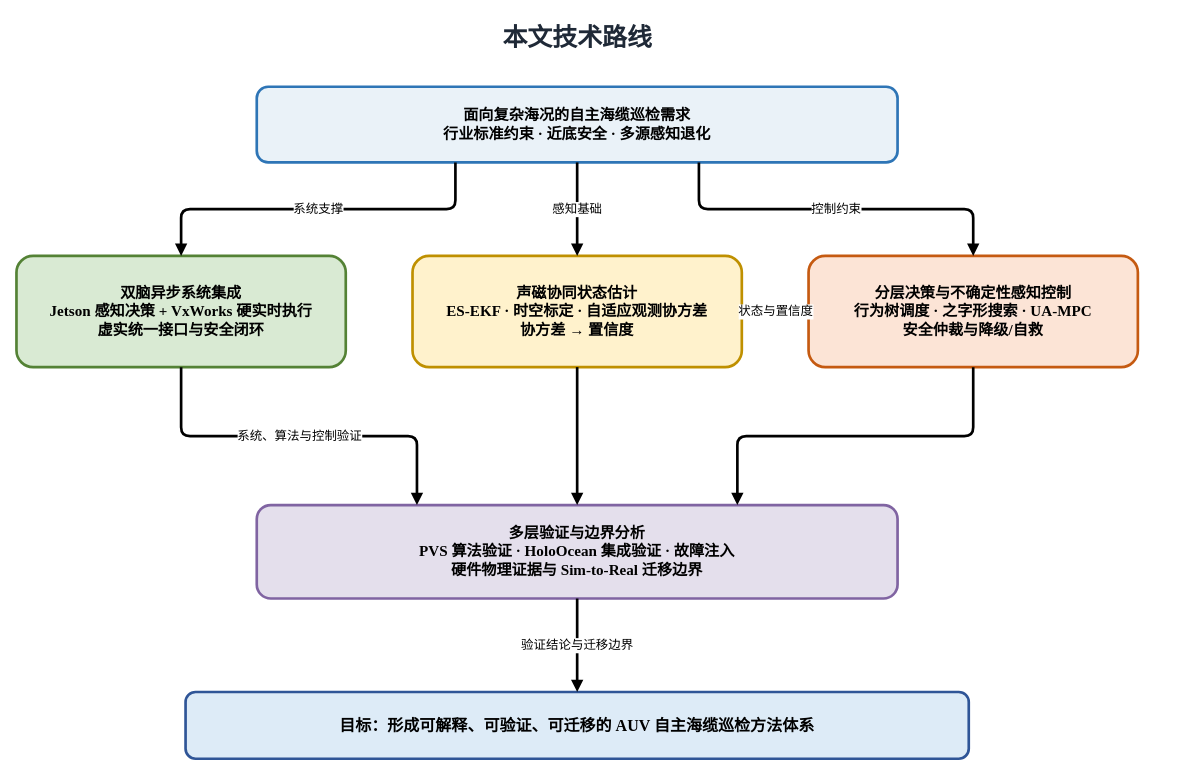
360ZMEM/AUV-Master-Project keeps this draw.io diagram as docs/thesis/figures/architecture/auv_thesis_technical_route.drawio. Above is the earlier version. Source tidied: cells renumbered, new cells numbered last; positions are measured from the earlier drawing's top-left corner, leaving out a move shared by most shapes. Both pictures are drawn from the tidied source at 89%, with x=0, y=0 at pixel (16, 15).
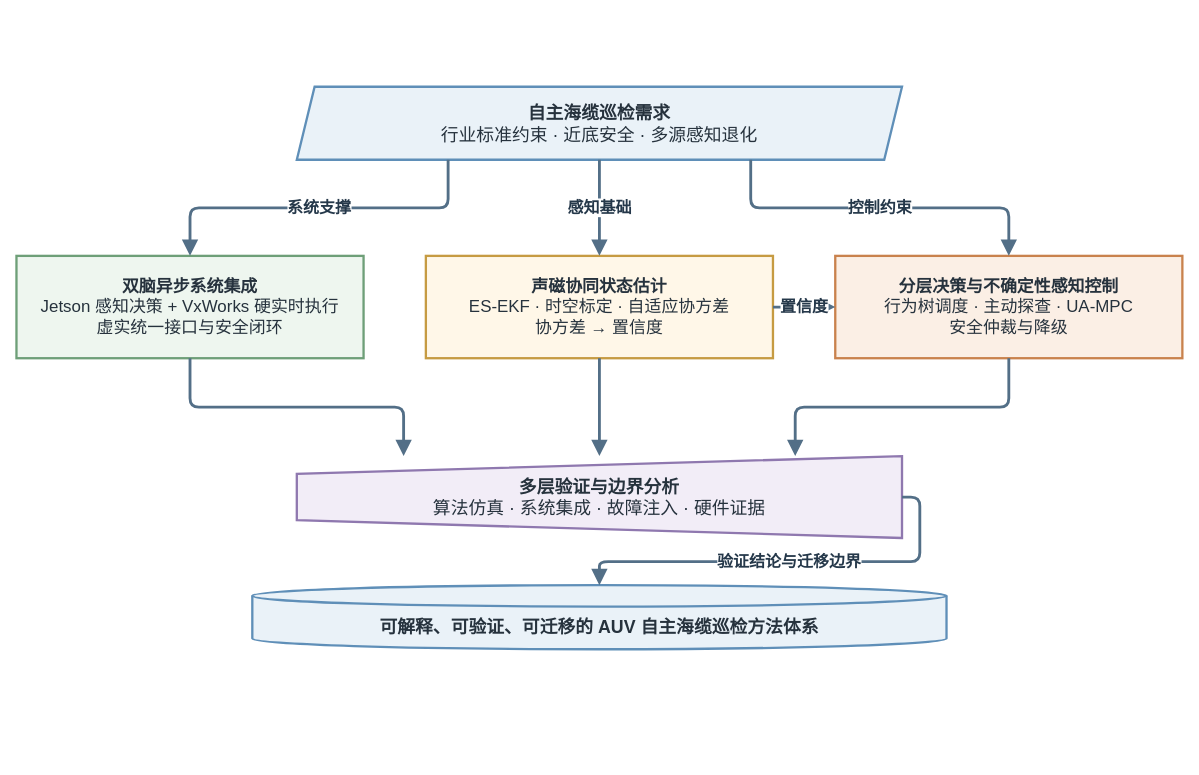
The same diagram, later.

Change to the diagram source:
```diff
@@
-    <mxCell id="2" value="本文技术路线" style="text;html=1;align=center;verticalAlign=middle;fontFamily=Times New Roman;fontSize=28;fontStyle=1;fontColor=#1F2937;" parent="1" vertex="1">
-      <mxGeometry x="330" width="600" height="50" as="geometry" />
-    </mxCell>
-    <mxCell id="3" value="面向复杂海况的自主海缆巡检需求&#10;行业标准约束 · 近底安全 · 多源感知退化" style="rounded=1;whiteSpace=wrap;html=1;fillColor=#EAF2F8;strokeColor=#2E75B6;strokeWidth=3;fontFamily=Times New Roman;fontSize=17;fontStyle=1;align=center;verticalAlign=middle;" parent="1" vertex="1">
-      <mxGeometry x="270" y="80" width="720" height="85" as="geometry" />
-    </mxCell>
+    <mxCell id="17" value="&lt;b&gt;自主海缆巡检需求&lt;/b&gt;&lt;br&gt;行业标准约束 · 近底安全 · 多源感知退化" style="shape=parallelogram;perimeter=parallelogramPerimeter;fixedSize=1;whiteSpace=wrap;html=1;align=center;verticalAlign=middle;fillColor=#EAF2F8;strokeColor=#5F8FB8;strokeWidth=2.6;spacing=8;fontFamily=Songti SC;fontSize=20;fontColor=#26323D;" parent="1" vertex="1">
+      <mxGeometry x="315" y="80" width="680" height="82" as="geometry" />
+    </mxCell>
-    <mxCell id="4" value="双脑异步系统集成&#10;Jetson 感知决策 + VxWorks 硬实时执行&#10;虚实统一接口与安全闭环" style="rounded=1;whiteSpace=wrap;html=1;fillColor=#D9EAD3;strokeColor=#548235;strokeWidth=3;fontFamily=Times New Roman;fontSize=17;fontStyle=1;align=center;verticalAlign=middle;" parent="1" vertex="1">
-      <mxGeometry y="270" width="370" height="125" as="geometry" />
+    <mxCell id="4" value="&lt;b&gt;双脑异步系统集成&lt;/b&gt;&lt;br&gt;Jetson 感知决策 + VxWorks 硬实时执行&lt;br&gt;虚实统一接口与安全闭环" style="rounded=0;whiteSpace=wrap;html=1;align=center;verticalAlign=middle;fillColor=#EEF6EF;strokeColor=#6E9F78;strokeWidth=2.6;spacing=8;fontFamily=Songti SC;fontSize=19;fontColor=#26323D;" parent="1" vertex="1">
+      <mxGeometry y="270" width="390" height="115" as="geometry" />
     </mxCell>
-    <mxCell id="5" value="声磁协同状态估计&#10;ES-EKF · 时空标定 · 自适应观测协方差&#10;协方差 → 置信度" style="rounded=1;whiteSpace=wrap;html=1;fillColor=#FFF2CC;strokeColor=#BF9000;strokeWidth=3;fontFamily=Times New Roman;fontSize=17;fontStyle=1;align=center;verticalAlign=middle;" parent="1" vertex="1">
-      <mxGeometry x="445" y="270" width="370" height="125" as="geometry" />
-    </mxCell>
-    <mxCell id="6" value="分层决策与不确定性感知控制&#10;行为树调度 · 之字形搜索 · UA-MPC&#10;安全仲裁与降级/自救" style="rounded=1;whiteSpace=wrap;html=1;fillColor=#FCE4D6;strokeColor=#C55A11;strokeWidth=3;fontFamily=Times New Roman;fontSize=17;fontStyle=1;align=center;verticalAlign=middle;" parent="1" vertex="1">
-      <mxGeometry x="890" y="270" width="370" height="125" as="geometry" />
-    </mxCell>
-    <mxCell id="7" value="多层验证与边界分析&#10;PVS 算法验证 · HoloOcean 集成验证 · 故障注入&#10;硬件物理证据与 Sim-to-Real 迁移边界" style="rounded=1;whiteSpace=wrap;html=1;fillColor=#E4DFEC;strokeColor=#8064A2;strokeWidth=3;fontFamily=Times New Roman;fontSize=17;fontStyle=1;align=center;verticalAlign=middle;" parent="1" vertex="1">
-      <mxGeometry x="270" y="550" width="720" height="105" as="geometry" />
-    </mxCell>
-    <mxCell id="8" value="目标：形成可解释、可验证、可迁移的 AUV 自主海缆巡检方法体系" style="rounded=1;whiteSpace=wrap;html=1;fillColor=#DDEBF7;strokeColor=#2F5597;strokeWidth=3;fontFamily=Times New Roman;fontSize=18;fontStyle=1;align=center;verticalAlign=middle;" parent="1" vertex="1">
-      <mxGeometry x="190" y="760" width="880" height="75" as="geometry" />
-    </mxCell>
+    <mxCell id="18" value="&lt;b&gt;声磁协同状态估计&lt;/b&gt;&lt;br&gt;ES-EKF · 时空标定 · 自适应协方差&lt;br&gt;协方差 → 置信度" style="rounded=0;whiteSpace=wrap;html=1;align=center;verticalAlign=middle;fillColor=#FFF7E8;strokeColor=#C69B42;strokeWidth=2.6;spacing=8;fontFamily=Songti SC;fontSize=19;fontColor=#26323D;" parent="1" vertex="1">
+      <mxGeometry x="460" y="270" width="390" height="115" as="geometry" />
+    </mxCell>
+    <mxCell id="19" value="&lt;b&gt;分层决策与不确定性感知控制&lt;/b&gt;&lt;br&gt;行为树调度 · 主动探查 · UA-MPC&lt;br&gt;安全仲裁与降级" style="rounded=0;whiteSpace=wrap;html=1;align=center;verticalAlign=middle;fillColor=#FBEFE5;strokeColor=#C9824D;strokeWidth=2.6;spacing=8;fontFamily=Songti SC;fontSize=19;fontColor=#26323D;" parent="1" vertex="1">
+      <mxGeometry x="920" y="270" width="390" height="115" as="geometry" />
+    </mxCell>
+    <mxCell id="20" value="&lt;b&gt;多层验证与边界分析&lt;/b&gt;&lt;br&gt;算法仿真 · 系统集成 · 故障注入 · 硬件证据" style="shape=trapezoid;perimeter=trapezoidPerimeter;fixedSize=1;direction=north;whiteSpace=wrap;html=1;align=center;verticalAlign=middle;fillColor=#F2EDF7;strokeColor=#8F78AF;strokeWidth=2.6;spacing=8;fontFamily=Songti SC;fontSize=20;fontColor=#26323D;" parent="1" vertex="1">
+      <mxGeometry x="315" y="495" width="680" height="92" as="geometry" />
+    </mxCell>
+    <mxCell id="21" value="&lt;b&gt;可解释、可验证、可迁移的 AUV 自主海缆巡检方法体系&lt;/b&gt;" style="shape=cylinder3;boundedLbl=1;backgroundOutline=1;size=12;whiteSpace=wrap;html=1;align=center;verticalAlign=middle;fillColor=#EAF2F8;strokeColor=#5F8FB8;strokeWidth=2.6;spacing=8;fontFamily=Songti SC;fontSize=20;fontColor=#26323D;" parent="1" vertex="1">
+      <mxGeometry x="265" y="640" width="780" height="72" as="geometry" />
+    </mxCell>
-    <mxCell id="9" value="系统支撑" style="edgeStyle=orthogonalEdgeStyle;rounded=1;jettySize=auto;html=1;fontFamily=Times New Roman;fontSize=14;strokeWidth=3;endArrow=block;endFill=1;exitX=0.31;exitY=1;exitDx=0;exitDy=0;entryX=0.5;entryY=0;entryDx=0;entryDy=0;" parent="1" edge="1" source="3" target="4">
+    <mxCell id="9" value="系统支撑" style="edgeStyle=orthogonalEdgeStyle;rounded=1;jettySize=auto;html=1;strokeColor=#536F87;strokeWidth=3.2;fontFamily=Songti SC;fontSize=18;fontStyle=1;fontColor=#25384A;labelBackgroundColor=#FFFFFF;endArrow=block;endFill=1;endSize=10;exitX=0.25;exitY=1;entryX=0.5;entryY=0;" parent="1" edge="1" source="17" target="4">
       <mxGeometry relative="1" as="geometry" />
     </mxCell>
-    <mxCell id="10" value="感知基础" style="edgeStyle=orthogonalEdgeStyle;rounded=1;jettySize=auto;html=1;fontFamily=Times New Roman;fontSize=14;strokeWidth=3;endArrow=block;endFill=1;exitX=0.5;exitY=1;exitDx=0;exitDy=0;entryX=0.5;entryY=0;entryDx=0;entryDy=0;" parent="1" edge="1" source="3" target="5">
+    <mxCell id="10" value="感知基础" style="edgeStyle=orthogonalEdgeStyle;rounded=1;jettySize=auto;html=1;strokeColor=#536F87;strokeWidth=3.2;fontFamily=Songti SC;fontSize=18;fontStyle=1;fontColor=#25384A;labelBackgroundColor=#FFFFFF;endArrow=block;endFill=1;endSize=10;exitX=0.5;exitY=1;entryX=0.5;entryY=0;" parent="1" edge="1" source="17" target="18">
       <mxGeometry relative="1" as="geometry" />
     </mxCell>
-    <mxCell id="11" value="控制约束" style="edgeStyle=orthogonalEdgeStyle;rounded=1;jettySize=auto;html=1;fontFamily=Times New Roman;fontSize=14;strokeWidth=3;endArrow=block;endFill=1;exitX=0.69;exitY=1;exitDx=0;exitDy=0;entryX=0.5;entryY=0;entryDx=0;entryDy=0;" parent="1" edge="1" source="3" target="6">
+    <mxCell id="11" value="控制约束" style="edgeStyle=orthogonalEdgeStyle;rounded=1;jettySize=auto;html=1;strokeColor=#536F87;strokeWidth=3.2;fontFamily=Songti SC;fontSize=18;fontStyle=1;fontColor=#25384A;labelBackgroundColor=#FFFFFF;endArrow=block;endFill=1;endSize=10;exitX=0.75;exitY=1;entryX=0.5;entryY=0;" parent="1" edge="1" source="17" target="19">
       <mxGeometry relative="1" as="geometry" />
     </mxCell>
-    <mxCell id="12" value="状态与置信度" style="edgeStyle=orthogonalEdgeStyle;rounded=1;jettySize=auto;html=1;fontFamily=Times New Roman;fontSize=14;strokeWidth=3;endArrow=block;endFill=1;exitX=1;exitY=0.5;exitDx=0;exitDy=0;entryX=0;entryY=0.5;entryDx=0;entryDy=0;" parent="1" edge="1" source="5" target="6">
-      <mxGeometry relative="1" as="geometry" />
-    </mxCell>
-    <mxCell id="13" value="系统、算法与控制验证" style="edgeStyle=orthogonalEdgeStyle;rounded=1;jettySize=auto;html=1;fontFamily=Times New Roman;fontSize=14;strokeWidth=3;endArrow=block;endFill=1;exitX=0.5;exitY=1;exitDx=0;exitDy=0;entryX=0.25;entryY=0;entryDx=0;entryDy=0;" parent="1" edge="1" source="4" target="7">
-      <mxGeometry relative="1" as="geometry" />
-    </mxCell>
-    <mxCell id="14" style="edgeStyle=orthogonalEdgeStyle;rounded=1;jettySize=auto;html=1;strokeWidth=3;endArrow=block;endFill=1;exitX=0.5;exitY=1;exitDx=0;exitDy=0;entryX=0.5;entryY=0;entryDx=0;entryDy=0;" parent="1" edge="1" source="5" target="7">
-      <mxGeometry relative="1" as="geometry" />
-    </mxCell>
-    <mxCell id="15" style="edgeStyle=orthogonalEdgeStyle;rounded=1;jettySize=auto;html=1;strokeWidth=3;endArrow=block;endFill=1;exitX=0.5;exitY=1;exitDx=0;exitDy=0;entryX=0.75;entryY=0;entryDx=0;entryDy=0;" parent="1" edge="1" source="6" target="7">
-      <mxGeometry relative="1" as="geometry" />
-    </mxCell>
+    <mxCell id="22" value="置信度" style="edgeStyle=orthogonalEdgeStyle;rounded=1;jettySize=auto;html=1;strokeColor=#536F87;strokeWidth=3.2;fontFamily=Songti SC;fontSize=18;fontStyle=1;fontColor=#25384A;labelBackgroundColor=#FFFFFF;endArrow=block;endFill=1;endSize=10;exitX=1;entryX=0;" parent="1" edge="1" source="18" target="19">
+      <mxGeometry relative="1" as="geometry" />
+    </mxCell>
+    <mxCell id="23" style="ellipse;html=1;opacity=0;fillOpacity=0;strokeOpacity=0;" parent="1" vertex="1">
+      <mxGeometry x="434" y="494" width="2" height="2" as="geometry" />
+    </mxCell>
+    <mxCell id="24" style="ellipse;html=1;opacity=0;fillOpacity=0;strokeOpacity=0;" parent="1" vertex="1">
+      <mxGeometry x="654" y="494" width="2" height="2" as="geometry" />
+    </mxCell>
+    <mxCell id="25" style="ellipse;html=1;opacity=0;fillOpacity=0;strokeOpacity=0;" parent="1" vertex="1">
+      <mxGeometry x="874" y="494" width="2" height="2" as="geometry" />
+    </mxCell>
+    <mxCell id="26" style="edgeStyle=orthogonalEdgeStyle;rounded=1;jettySize=auto;html=1;strokeColor=#536F87;strokeWidth=3.2;endArrow=block;endFill=1;endSize=10;exitX=0.5;exitY=1;entryX=0.5;entryY=0.5;entryPerimeter=0;" parent="1" edge="1" source="4" target="23">
+      <mxGeometry relative="1" as="geometry">
+        <Array as="points">
+          <mxPoint x="195" y="440" />
+          <mxPoint x="435" y="440" />
+        </Array>
+      </mxGeometry>
+    </mxCell>
+    <mxCell id="27" style="edgeStyle=orthogonalEdgeStyle;rounded=1;jettySize=auto;html=1;strokeColor=#536F87;strokeWidth=3.2;endArrow=block;endFill=1;endSize=10;exitX=0.5;exitY=1;entryX=0.5;entryY=0.5;entryPerimeter=0;" parent="1" edge="1" source="18" target="24">
+      <mxGeometry relative="1" as="geometry" />
+    </mxCell>
+    <mxCell id="28" style="edgeStyle=orthogonalEdgeStyle;rounded=1;jettySize=auto;html=1;strokeColor=#536F87;strokeWidth=3.2;endArrow=block;endFill=1;endSize=10;exitX=0.5;exitY=1;entryX=0.5;entryY=0.5;entryPerimeter=0;" parent="1" edge="1" source="19" target="25">
+      <mxGeometry relative="1" as="geometry">
+        <Array as="points">
+          <mxPoint x="1115" y="440" />
+          <mxPoint x="875" y="440" />
+        </Array>
+      </mxGeometry>
+    </mxCell>
-    <mxCell id="16" value="验证结论与迁移边界" style="edgeStyle=orthogonalEdgeStyle;rounded=1;jettySize=auto;html=1;fontFamily=Times New Roman;fontSize=14;strokeWidth=3;endArrow=block;endFill=1;exitX=0.5;exitY=1;exitDx=0;exitDy=0;entryX=0.5;entryY=0;entryDx=0;entryDy=0;" parent="1" edge="1" source="7" target="8">
+    <mxCell id="16" value="验证结论与迁移边界" style="edgeStyle=orthogonalEdgeStyle;rounded=1;jettySize=auto;html=1;strokeColor=#536F87;strokeWidth=3.2;fontFamily=Songti SC;fontSize=18;fontStyle=1;fontColor=#25384A;labelBackgroundColor=#FFFFFF;endArrow=block;endFill=1;endSize=10;exitX=0.5;exitY=1;entryX=0.5;entryY=0;" parent="1" edge="1" source="20" target="21">
       <mxGeometry relative="1" as="geometry" />
     </mxCell>
```
